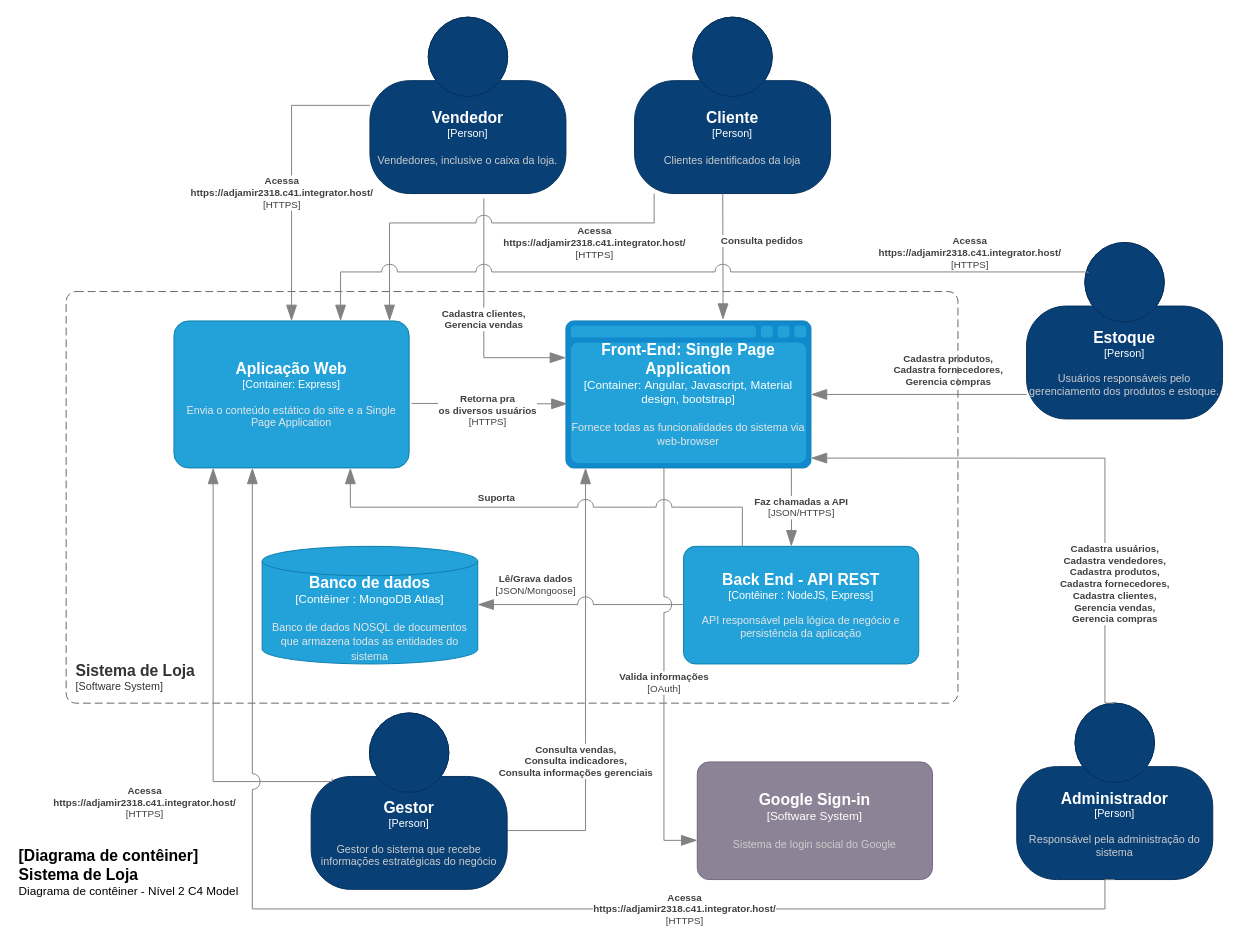
adjamirgalvao/pucminas keeps this draw.io diagram as page "Nível 2 - Contêiner" (2 of 4) of projeto/documentacao/C4Model.drawio. Above is the earlier version. Source tidied: cells renumbered, new cells numbered last; positions are measured from the earlier drawing's top-left corner, leaving out a move shared by most shapes. Both pictures are drawn from the tidied source at 98%, with x=0, y=0 at pixel (17, 17).
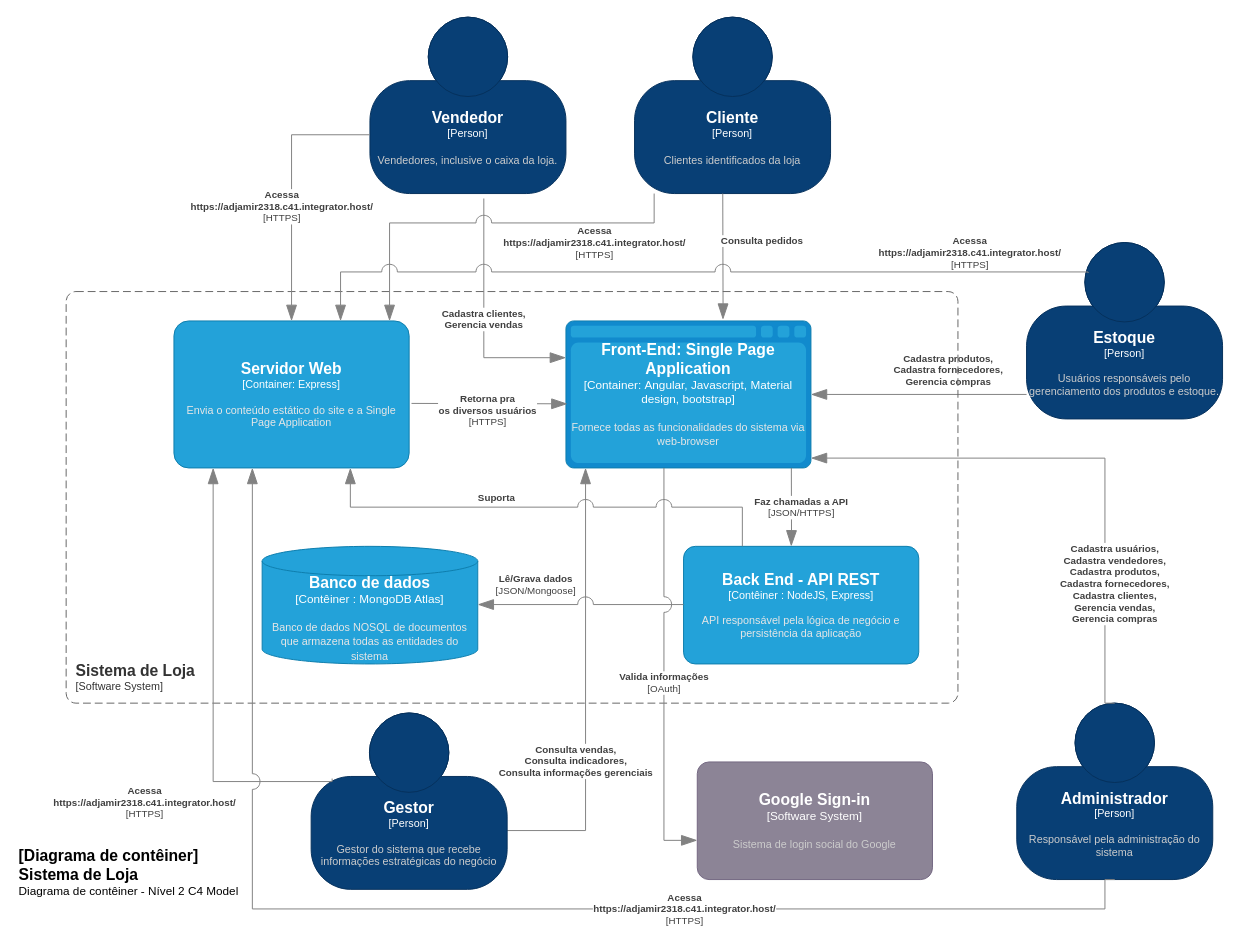
Above is the later version.

Commit message (it also covers changes not shown here):
documentação e melhorando layout da aplicação

Unchanged cells that the change refers to:
```xml
<object id="5" label="&lt;font style=&quot;font-size: 16px&quot;&gt;&lt;b&gt;%c4Name%&lt;/b&gt;&lt;/font&gt;&lt;div&gt;[%c4Type%]&lt;/div&gt;&lt;br&gt;&lt;div&gt;&lt;font style=&quot;font-size: 11px&quot;&gt;&lt;font color=&quot;#cccccc&quot;&gt;%c4Description%&lt;/font&gt;&lt;/div&gt;" c4Description="Vendedores, inclusive o caixa da loja." c4Name="Vendedor" c4Type="Person" placeholders="1">
  <mxCell style="html=1;fontSize=11;dashed=0;whiteSpace=wrap;fillColor=#083F75;strokeColor=#06315C;fontColor=#ffffff;shape=mxgraph.c4.person2;align=center;points=[[0.5,0,0],[1,0.5,0],[1,0.75,0],[0.75,1,0],[0.5,1,0],[0.25,1,0],[0,0.75,0],[0,0.5,0]];" parent="1" vertex="1">
    <mxGeometry x="360" width="200" height="180" as="geometry" />
  </mxCell>
</object>
```

The edit, as a diff of the source:
```diff
@@
-    <object id="21" label="&lt;font style=&quot;font-size: 16px&quot;&gt;&lt;b&gt;%c4Name%&lt;/b&gt;&lt;/font&gt;&lt;div&gt;[%c4Type%: %c4Technology%]&lt;/div&gt;&lt;br&gt;&lt;div&gt;&lt;font style=&quot;font-size: 11px&quot;&gt;&lt;font color=&quot;#E6E6E6&quot;&gt;%c4Description%&lt;/font&gt;&lt;/div&gt;" c4Description="Envia o conteúdo estático do site e a Single Page Application" c4Name="Aplicação Web" c4Technology="Express" c4Type="Container" placeholders="1">
+    <object id="21" label="&lt;font style=&quot;font-size: 16px&quot;&gt;&lt;b&gt;%c4Name%&lt;/b&gt;&lt;/font&gt;&lt;div&gt;[%c4Type%: %c4Technology%]&lt;/div&gt;&lt;br&gt;&lt;div&gt;&lt;font style=&quot;font-size: 11px&quot;&gt;&lt;font color=&quot;#E6E6E6&quot;&gt;%c4Description%&lt;/font&gt;&lt;/div&gt;" c4Description="Envia o conteúdo estático do site e a Single Page Application" c4Name="Servidor Web" c4Technology="Express" c4Type="Container" placeholders="1">
       <mxCell style="rounded=1;whiteSpace=wrap;html=1;fontSize=11;labelBackgroundColor=none;fillColor=#23A2D9;fontColor=#ffffff;align=center;arcSize=10;strokeColor=#0E7DAD;points=[[0.25,0,0],[0.5,0,0],[0.75,0,0],[1,0.25,0],[1,0.5,0],[1,0.75,0],[0.75,1,0],[0.5,1,0],[0.25,1,0],[0,0.75,0],[0,0.5,0],[0,0.25,0]];" parent="1" vertex="1">
         <mxGeometry x="160" y="310" width="240" height="150" as="geometry" />
       </mxCell>
     </object>
@@
     <object id="23" label="&lt;div style=&quot;text-align: left&quot;&gt;&lt;div style=&quot;text-align: center&quot;&gt;&lt;b&gt;%c4Description%&lt;/b&gt;&lt;/div&gt;&lt;div style=&quot;text-align: center&quot;&gt;[%c4Technology%]&lt;/div&gt;&lt;/div&gt;" c4Description="Acessa&#10; https://adjamir2318.c41.integrator.host/" c4Technology="HTTPS" placeholders="1">
       <mxCell style="endArrow=blockThin;html=1;fontSize=10;fontColor=#404040;strokeWidth=1;endFill=1;strokeColor=#828282;elbow=vertical;endSize=14;startSize=14;jumpStyle=arc;jumpSize=16;rounded=0;edgeStyle=orthogonalEdgeStyle;entryX=0.5;entryY=0;entryDx=0;entryDy=0;entryPerimeter=0;" parent="1" edge="1" source="5" target="21">
         <mxGeometry x="0.13" y="-10" relative="1" as="geometry">
           <Array as="points">
-            <mxPoint x="280" y="90" />
+            <mxPoint x="280" y="120" />
           </Array>
         </mxGeometry>
       </mxCell>
     </object>
```
